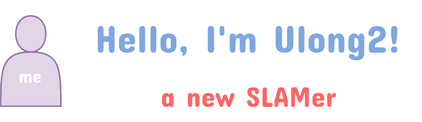
Before: img/me.png, a diagram exported from draw.io (Unsigned-Long/Unsigned-Long). Source tidied: cells renumbered, new cells last; positions are measured from the earlier drawing's top-left corner, leaving out a move shared by most shapes. Source of this version:
```xml
<mxGraphModel>
  <root>
    <mxCell id="0" />
    <mxCell id="1" parent="0" />
    <mxCell id="2" value="Hello, I'm Ulong2!" style="text;html=1;align=center;verticalAlign=middle;fontFamily=Concert One;fontSource=https%3A%2F%2Ffonts.googleapis.com%2Fcss%3Ffamily%3DConcert%2BOne;fontSize=26;fontColor=#7EA6E0;rounded=0;" parent="1" vertex="1">
      <mxGeometry x="50" width="230" height="40" as="geometry" />
    </mxCell>
    <mxCell id="3" value="a new SLAMer" style="text;html=1;align=center;verticalAlign=middle;fontFamily=Concert One;fontSource=https%3A%2F%2Ffonts.googleapis.com%2Fcss%3Ffamily%3DConcert%2BOne;fontSize=19;fontColor=#FF6666;rounded=0;" parent="1" vertex="1">
      <mxGeometry x="95" y="40" width="140" height="40" as="geometry" />
    </mxCell>
    <mxCell id="4" value="&lt;br&gt;me" style="shape=actor;whiteSpace=wrap;html=1;fillColor=#e1d5e7;strokeColor=#9673a6;fontFamily=Concert One;fontSource=https%3A%2F%2Ffonts.googleapis.com%2Fcss%3Ffamily%3DConcert%2BOne;fontColor=#FFFFFF;rounded=0;" parent="1" vertex="1">
      <mxGeometry y="10" width="40" height="60" as="geometry" />
    </mxCell>
  </root>
</mxGraphModel>
```
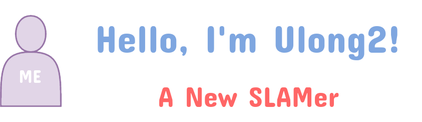
Above is the later version.

The edit, as a diff of the source:
```diff
@@ -5,10 +5,10 @@
     <mxCell id="2" value="Hello, I'm Ulong2!" style="text;html=1;align=center;verticalAlign=middle;fontFamily=Concert One;fontSource=https%3A%2F%2Ffonts.googleapis.com%2Fcss%3Ffamily%3DConcert%2BOne;fontSize=26;fontColor=#7EA6E0;rounded=0;" parent="1" vertex="1">
       <mxGeometry x="50" width="230" height="40" as="geometry" />
     </mxCell>
-    <mxCell id="3" value="a new SLAMer" style="text;html=1;align=center;verticalAlign=middle;fontFamily=Concert One;fontSource=https%3A%2F%2Ffonts.googleapis.com%2Fcss%3Ffamily%3DConcert%2BOne;fontSize=19;fontColor=#FF6666;rounded=0;" parent="1" vertex="1">
+    <mxCell id="3" value="A New SLAMer" style="text;html=1;align=center;verticalAlign=middle;fontFamily=Concert One;fontSource=https%3A%2F%2Ffonts.googleapis.com%2Fcss%3Ffamily%3DConcert%2BOne;fontSize=19;fontColor=#FF6666;rounded=0;" parent="1" vertex="1">
       <mxGeometry x="95" y="40" width="140" height="40" as="geometry" />
     </mxCell>
-    <mxCell id="4" value="&lt;br&gt;me" style="shape=actor;whiteSpace=wrap;html=1;fillColor=#e1d5e7;strokeColor=#9673a6;fontFamily=Concert One;fontSource=https%3A%2F%2Ffonts.googleapis.com%2Fcss%3Ffamily%3DConcert%2BOne;fontColor=#FFFFFF;rounded=0;" parent="1" vertex="1">
+    <mxCell id="4" value="&lt;br&gt;ME" style="shape=actor;whiteSpace=wrap;html=1;fillColor=#e1d5e7;strokeColor=#9673a6;fontFamily=Concert One;fontSource=https%3A%2F%2Ffonts.googleapis.com%2Fcss%3Ffamily%3DConcert%2BOne;fontColor=#FFFFFF;rounded=0;" parent="1" vertex="1">
       <mxGeometry y="10" width="40" height="60" as="geometry" />
     </mxCell>
   </root>
```
